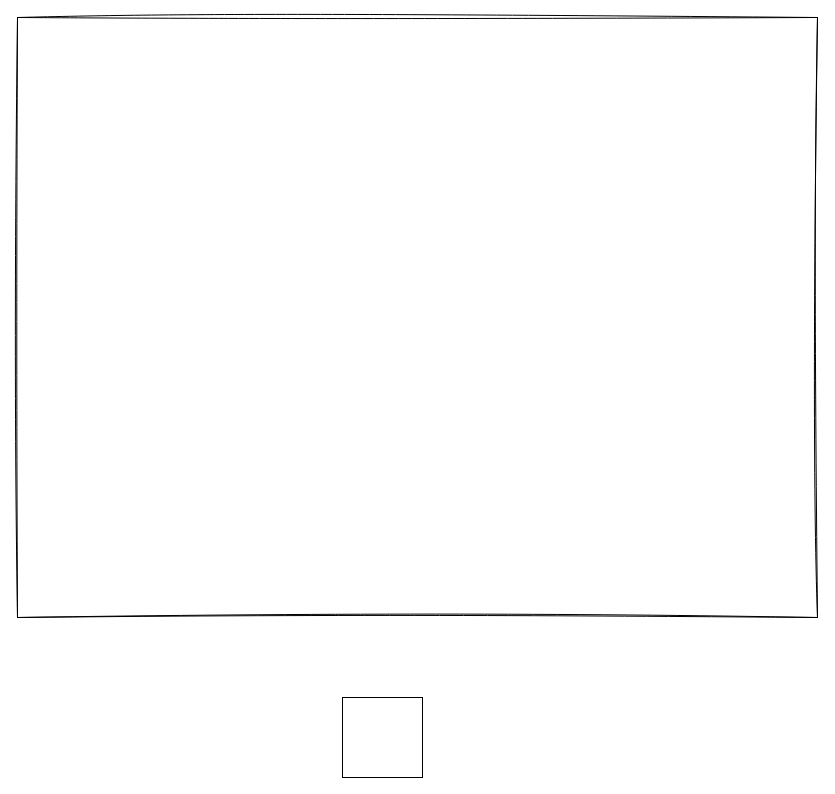
Above: AAU-BSc-Software/Project-P6/resources/Frontend Sketch 1.drawio in Emilprivate/Esd.EDU (draw.io), before the change. Source tidied: cells renumbered, new cells numbered last; positions are measured from the earlier drawing's top-left corner, leaving out a move shared by most shapes. Both pictures are drawn from the tidied source at 100%, with x=0, y=0 at pixel (17, 17).
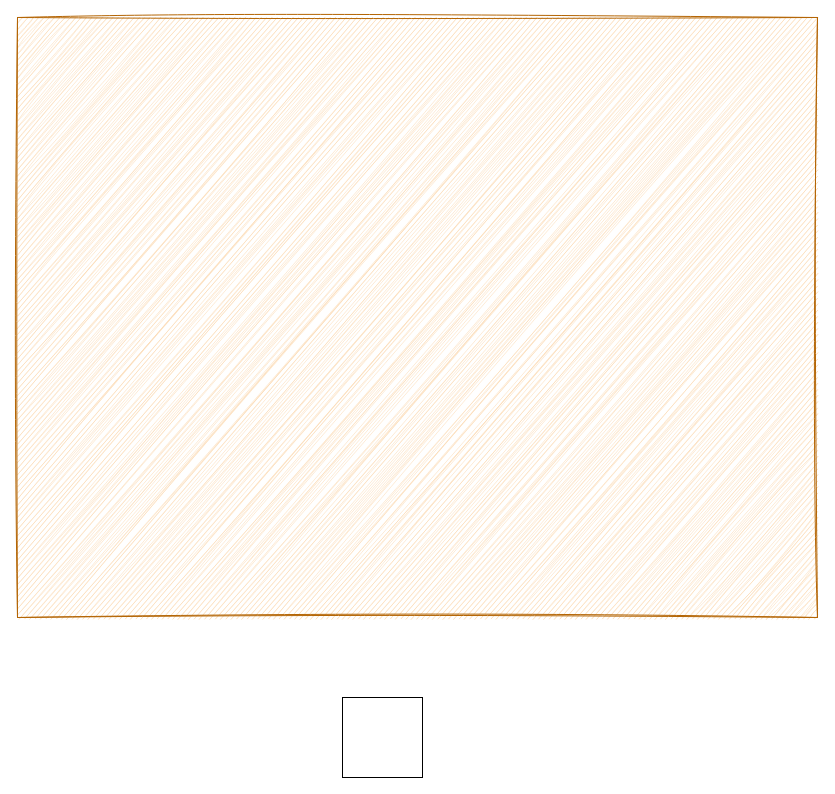
The same page after the edit.

What changed in the source:
```diff
@@
 <mxGraphModel>
   <root>
     <mxCell id="0" />
     <mxCell id="1" parent="0" />
-    <mxCell id="2" style="rounded=0;whiteSpace=wrap;html=1;fillColor=none;sketch=1;curveFitting=1;jiggle=2;" parent="1" vertex="1">
+    <mxCell id="2" style="rounded=0;whiteSpace=wrap;html=1;fillColor=#fad7ac;sketch=1;curveFitting=1;jiggle=2;strokeColor=light-dark(#B46504,#C6C8C9);" parent="1" vertex="1">
       <mxGeometry width="800" height="600" as="geometry" />
     </mxCell>
     <mxCell id="3" style="whiteSpace=wrap;html=1;" parent="1" vertex="1">
       <mxGeometry x="325" y="680" width="80" height="80" as="geometry" />
     </mxCell>
   </root>
 </mxGraphModel>
```
